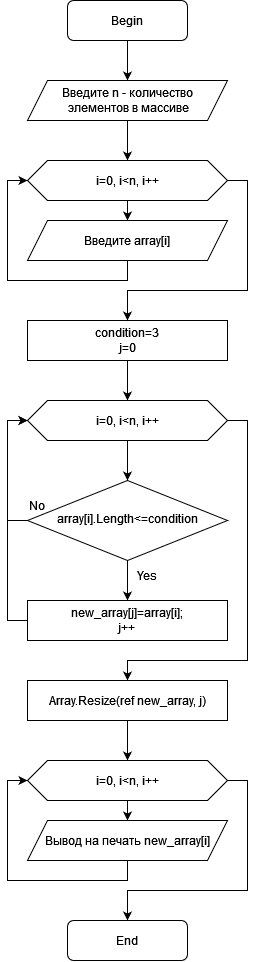
Above: Scheme.png in kizarbokid/C-shrp_Checkwork (draw.io), before the change. Source tidied: cells renumbered, new cells last; positions are measured from the earlier drawing's top-left corner, leaving out a move shared by most shapes. Source of this version:
```xml
<mxGraphModel>
  <root>
    <mxCell id="0" />
    <mxCell id="1" parent="0" />
    <mxCell id="2" style="edgeStyle=orthogonalEdgeStyle;rounded=0;jettySize=auto;html=1;exitX=0.5;exitY=1;exitDx=0;exitDy=0;entryX=0.5;entryY=0;entryDx=0;entryDy=0;" parent="1" edge="1" source="3" target="11">
      <mxGeometry relative="1" as="geometry" />
    </mxCell>
    <mxCell id="3" value="Begin" style="rounded=1;whiteSpace=wrap;html=1;fontSize=12;glass=0;strokeWidth=1;shadow=0;" parent="1" vertex="1">
      <mxGeometry x="60" width="120" height="40" as="geometry" />
    </mxCell>
    <mxCell id="4" style="edgeStyle=orthogonalEdgeStyle;rounded=0;jettySize=auto;html=1;entryX=0;entryY=0.5;entryDx=0;entryDy=0;" parent="1" edge="1" source="6" target="19">
      <mxGeometry relative="1" as="geometry">
        <Array as="points">
          <mxPoint y="520" />
          <mxPoint y="420" />
        </Array>
      </mxGeometry>
    </mxCell>
    <mxCell id="5" style="edgeStyle=orthogonalEdgeStyle;rounded=0;jettySize=auto;html=1;entryX=0.5;entryY=0;entryDx=0;entryDy=0;" parent="1" edge="1" source="6" target="22">
      <mxGeometry relative="1" as="geometry" />
    </mxCell>
    <mxCell id="6" value="array[i].Length&amp;lt;=condition" style="rhombus;whiteSpace=wrap;html=1;shadow=0;fontFamily=Helvetica;fontSize=12;align=center;strokeWidth=1;spacing=6;spacingTop=-4;" parent="1" vertex="1">
      <mxGeometry x="20" y="480" width="200" height="80" as="geometry" />
    </mxCell>
    <mxCell id="7" value="End" style="rounded=1;whiteSpace=wrap;html=1;fontSize=12;glass=0;strokeWidth=1;shadow=0;" parent="1" vertex="1">
      <mxGeometry x="60" y="920" width="120" height="40" as="geometry" />
    </mxCell>
    <mxCell id="8" style="edgeStyle=orthogonalEdgeStyle;rounded=0;jettySize=auto;html=1;entryX=0.5;entryY=0;entryDx=0;entryDy=0;" parent="1" edge="1" source="9" target="19">
      <mxGeometry relative="1" as="geometry" />
    </mxCell>
    <mxCell id="9" value="&lt;div&gt;condition=3&lt;/div&gt;&lt;div&gt;j=0&lt;/div&gt;" style="rounded=0;whiteSpace=wrap;html=1;" parent="1" vertex="1">
      <mxGeometry x="20" y="320" width="200" height="40" as="geometry" />
    </mxCell>
    <mxCell id="10" style="edgeStyle=orthogonalEdgeStyle;rounded=0;jettySize=auto;html=1;exitX=0.5;exitY=1;exitDx=0;exitDy=0;entryX=0.5;entryY=0;entryDx=0;entryDy=0;" parent="1" edge="1" source="11" target="14">
      <mxGeometry relative="1" as="geometry" />
    </mxCell>
    <mxCell id="11" value="&lt;div&gt;Введите n - количество&lt;/div&gt;&lt;div&gt;&amp;nbsp;элементов в массиве&lt;/div&gt;" style="shape=parallelogram;perimeter=parallelogramPerimeter;whiteSpace=wrap;html=1;fixedSize=1;" parent="1" vertex="1">
      <mxGeometry x="20" y="80" width="200" height="40" as="geometry" />
    </mxCell>
    <mxCell id="12" style="edgeStyle=orthogonalEdgeStyle;rounded=0;jettySize=auto;html=1;exitX=0.5;exitY=1;exitDx=0;exitDy=0;entryX=0.5;entryY=0;entryDx=0;entryDy=0;" parent="1" edge="1" source="14" target="16">
      <mxGeometry relative="1" as="geometry" />
    </mxCell>
    <mxCell id="13" style="edgeStyle=orthogonalEdgeStyle;rounded=0;jettySize=auto;html=1;exitX=1;exitY=0.5;exitDx=0;exitDy=0;" parent="1" edge="1" source="14">
      <mxGeometry relative="1" as="geometry">
        <mxPoint x="120" y="320" as="targetPoint" />
        <Array as="points">
          <mxPoint x="240" y="180" />
          <mxPoint x="240" y="290" />
          <mxPoint x="120" y="290" />
        </Array>
      </mxGeometry>
    </mxCell>
    <mxCell id="14" value="i=0, i&amp;lt;n, i++" style="shape=hexagon;perimeter=hexagonPerimeter2;whiteSpace=wrap;html=1;fixedSize=1;" parent="1" vertex="1">
      <mxGeometry x="20" y="160" width="200" height="40" as="geometry" />
    </mxCell>
    <mxCell id="15" style="edgeStyle=orthogonalEdgeStyle;rounded=0;jettySize=auto;html=1;exitX=0.5;exitY=1;exitDx=0;exitDy=0;entryX=0;entryY=0.5;entryDx=0;entryDy=0;" parent="1" edge="1" source="16" target="14">
      <mxGeometry relative="1" as="geometry">
        <Array as="points">
          <mxPoint x="120" y="280" />
          <mxPoint y="280" />
          <mxPoint y="180" />
        </Array>
      </mxGeometry>
    </mxCell>
    <mxCell id="16" value="Введите array[i]" style="shape=parallelogram;perimeter=parallelogramPerimeter;whiteSpace=wrap;html=1;fixedSize=1;" parent="1" vertex="1">
      <mxGeometry x="20" y="220" width="200" height="40" as="geometry" />
    </mxCell>
    <mxCell id="17" style="edgeStyle=orthogonalEdgeStyle;rounded=0;jettySize=auto;html=1;entryX=0.5;entryY=0;entryDx=0;entryDy=0;" parent="1" edge="1" source="19" target="6">
      <mxGeometry relative="1" as="geometry" />
    </mxCell>
    <mxCell id="18" style="edgeStyle=orthogonalEdgeStyle;rounded=0;jettySize=auto;html=1;entryX=0.5;entryY=0;entryDx=0;entryDy=0;" parent="1" edge="1" source="19" target="25">
      <mxGeometry relative="1" as="geometry">
        <Array as="points">
          <mxPoint x="240" y="420" />
          <mxPoint x="240" y="660" />
          <mxPoint x="120" y="660" />
        </Array>
      </mxGeometry>
    </mxCell>
    <mxCell id="19" value="i=0, i&amp;lt;n, i++" style="shape=hexagon;perimeter=hexagonPerimeter2;whiteSpace=wrap;html=1;fixedSize=1;" parent="1" vertex="1">
      <mxGeometry x="20" y="400" width="200" height="40" as="geometry" />
    </mxCell>
    <mxCell id="20" value="No" style="text;html=1;strokeColor=none;fillColor=none;align=center;verticalAlign=middle;whiteSpace=wrap;rounded=0;" parent="1" vertex="1">
      <mxGeometry y="490" width="60" height="30" as="geometry" />
    </mxCell>
    <mxCell id="21" style="edgeStyle=orthogonalEdgeStyle;rounded=0;jettySize=auto;html=1;entryX=0;entryY=0.5;entryDx=0;entryDy=0;" parent="1" edge="1" source="22" target="19">
      <mxGeometry relative="1" as="geometry">
        <Array as="points">
          <mxPoint y="620" />
          <mxPoint y="420" />
        </Array>
      </mxGeometry>
    </mxCell>
    <mxCell id="22" value="&lt;div&gt;new_array[j]=array[i];&lt;/div&gt;&lt;div&gt;j++&lt;br&gt;&lt;/div&gt;" style="rounded=0;whiteSpace=wrap;html=1;" parent="1" vertex="1">
      <mxGeometry x="20" y="600" width="200" height="40" as="geometry" />
    </mxCell>
    <mxCell id="23" value="Yes" style="text;html=1;strokeColor=none;fillColor=none;align=center;verticalAlign=middle;whiteSpace=wrap;rounded=0;" parent="1" vertex="1">
      <mxGeometry x="110" y="560" width="60" height="30" as="geometry" />
    </mxCell>
    <mxCell id="24" style="edgeStyle=orthogonalEdgeStyle;rounded=0;jettySize=auto;html=1;entryX=0.5;entryY=0;entryDx=0;entryDy=0;" parent="1" edge="1" source="25" target="28">
      <mxGeometry relative="1" as="geometry" />
    </mxCell>
    <mxCell id="25" value="Array.Resize(ref new_array, j)" style="rounded=0;whiteSpace=wrap;html=1;" parent="1" vertex="1">
      <mxGeometry x="20" y="680" width="200" height="40" as="geometry" />
    </mxCell>
    <mxCell id="26" style="edgeStyle=orthogonalEdgeStyle;rounded=0;jettySize=auto;html=1;exitX=0.5;exitY=1;exitDx=0;exitDy=0;entryX=0.5;entryY=0;entryDx=0;entryDy=0;" parent="1" edge="1" source="28" target="30">
      <mxGeometry relative="1" as="geometry" />
    </mxCell>
    <mxCell id="27" style="edgeStyle=orthogonalEdgeStyle;rounded=0;jettySize=auto;html=1;exitX=1;exitY=0.5;exitDx=0;exitDy=0;" parent="1" edge="1" source="28">
      <mxGeometry relative="1" as="geometry">
        <mxPoint x="120" y="920" as="targetPoint" />
        <Array as="points">
          <mxPoint x="240" y="780" />
          <mxPoint x="240" y="890" />
          <mxPoint x="120" y="890" />
        </Array>
      </mxGeometry>
    </mxCell>
    <mxCell id="28" value="i=0, i&amp;lt;n, i++" style="shape=hexagon;perimeter=hexagonPerimeter2;whiteSpace=wrap;html=1;fixedSize=1;" parent="1" vertex="1">
      <mxGeometry x="20" y="760" width="200" height="40" as="geometry" />
    </mxCell>
    <mxCell id="29" style="edgeStyle=orthogonalEdgeStyle;rounded=0;jettySize=auto;html=1;exitX=0.5;exitY=1;exitDx=0;exitDy=0;entryX=0;entryY=0.5;entryDx=0;entryDy=0;" parent="1" edge="1" source="30" target="28">
      <mxGeometry relative="1" as="geometry">
        <Array as="points">
          <mxPoint x="120" y="880" />
          <mxPoint y="880" />
          <mxPoint y="780" />
        </Array>
      </mxGeometry>
    </mxCell>
    <mxCell id="30" value="Вывод на печать new_array[i]" style="shape=parallelogram;perimeter=parallelogramPerimeter;whiteSpace=wrap;html=1;fixedSize=1;" parent="1" vertex="1">
      <mxGeometry x="20" y="820" width="200" height="40" as="geometry" />
    </mxCell>
  </root>
</mxGraphModel>
```
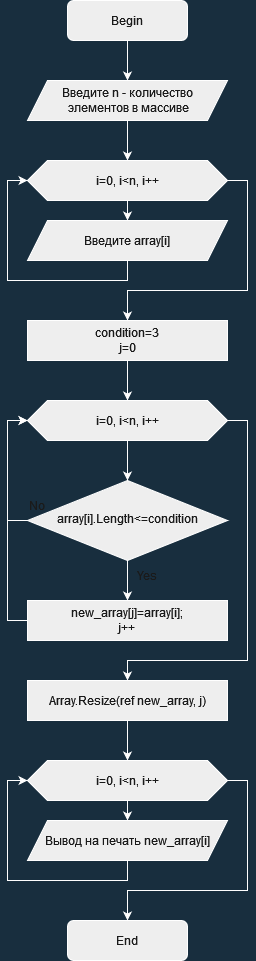
The same file after the commit.

Change to the diagram source:
```diff
@@ -1,14 +1,14 @@
-<mxGraphModel>
+<mxGraphModel background="#182E3E">
   <root>
     <mxCell id="0" />
     <mxCell id="1" parent="0" />
-    <mxCell id="2" style="edgeStyle=orthogonalEdgeStyle;rounded=0;jettySize=auto;html=1;exitX=0.5;exitY=1;exitDx=0;exitDy=0;entryX=0.5;entryY=0;entryDx=0;entryDy=0;" parent="1" edge="1" source="3" target="11">
+    <mxCell id="2" style="edgeStyle=orthogonalEdgeStyle;rounded=0;jettySize=auto;html=1;exitX=0.5;exitY=1;exitDx=0;exitDy=0;entryX=0.5;entryY=0;entryDx=0;entryDy=0;labelBackgroundColor=#182E3E;strokeColor=#FFFFFF;fontColor=#FFFFFF;" parent="1" edge="1" source="3" target="11">
       <mxGeometry relative="1" as="geometry" />
     </mxCell>
-    <mxCell id="3" value="Begin" style="rounded=1;whiteSpace=wrap;html=1;fontSize=12;glass=0;strokeWidth=1;shadow=0;" parent="1" vertex="1">
+    <mxCell id="3" value="Begin" style="rounded=1;whiteSpace=wrap;html=1;fontSize=12;glass=0;strokeWidth=1;shadow=0;fillColor=#EEEEEE;strokeColor=#FFFFFF;fontColor=#1A1A1A;" parent="1" vertex="1">
       <mxGeometry x="60" width="120" height="40" as="geometry" />
     </mxCell>
-    <mxCell id="4" style="edgeStyle=orthogonalEdgeStyle;rounded=0;jettySize=auto;html=1;entryX=0;entryY=0.5;entryDx=0;entryDy=0;" parent="1" edge="1" source="6" target="19">
+    <mxCell id="4" style="edgeStyle=orthogonalEdgeStyle;rounded=0;jettySize=auto;html=1;entryX=0;entryY=0.5;entryDx=0;entryDy=0;labelBackgroundColor=#182E3E;strokeColor=#FFFFFF;fontColor=#FFFFFF;" parent="1" edge="1" source="6" target="19">
       <mxGeometry relative="1" as="geometry">
         <Array as="points">
           <mxPoint y="520" />
@@ -16,31 +16,31 @@
         </Array>
       </mxGeometry>
     </mxCell>
-    <mxCell id="5" style="edgeStyle=orthogonalEdgeStyle;rounded=0;jettySize=auto;html=1;entryX=0.5;entryY=0;entryDx=0;entryDy=0;" parent="1" edge="1" source="6" target="22">
+    <mxCell id="5" style="edgeStyle=orthogonalEdgeStyle;rounded=0;jettySize=auto;html=1;entryX=0.5;entryY=0;entryDx=0;entryDy=0;labelBackgroundColor=#182E3E;strokeColor=#FFFFFF;fontColor=#FFFFFF;" parent="1" edge="1" source="6" target="22">
       <mxGeometry relative="1" as="geometry" />
     </mxCell>
-    <mxCell id="6" value="array[i].Length&amp;lt;=condition" style="rhombus;whiteSpace=wrap;html=1;shadow=0;fontFamily=Helvetica;fontSize=12;align=center;strokeWidth=1;spacing=6;spacingTop=-4;" parent="1" vertex="1">
+    <mxCell id="6" value="array[i].Length&amp;lt;=condition" style="rhombus;whiteSpace=wrap;html=1;shadow=0;fontFamily=Helvetica;fontSize=12;align=center;strokeWidth=1;spacing=6;spacingTop=-4;fillColor=#EEEEEE;strokeColor=#FFFFFF;fontColor=#1A1A1A;" parent="1" vertex="1">
       <mxGeometry x="20" y="480" width="200" height="80" as="geometry" />
     </mxCell>
-    <mxCell id="7" value="End" style="rounded=1;whiteSpace=wrap;html=1;fontSize=12;glass=0;strokeWidth=1;shadow=0;" parent="1" vertex="1">
+    <mxCell id="7" value="End" style="rounded=1;whiteSpace=wrap;html=1;fontSize=12;glass=0;strokeWidth=1;shadow=0;fillColor=#EEEEEE;strokeColor=#FFFFFF;fontColor=#1A1A1A;" parent="1" vertex="1">
       <mxGeometry x="60" y="920" width="120" height="40" as="geometry" />
     </mxCell>
-    <mxCell id="8" style="edgeStyle=orthogonalEdgeStyle;rounded=0;jettySize=auto;html=1;entryX=0.5;entryY=0;entryDx=0;entryDy=0;" parent="1" edge="1" source="9" target="19">
+    <mxCell id="8" style="edgeStyle=orthogonalEdgeStyle;rounded=0;jettySize=auto;html=1;entryX=0.5;entryY=0;entryDx=0;entryDy=0;labelBackgroundColor=#182E3E;strokeColor=#FFFFFF;fontColor=#FFFFFF;" parent="1" edge="1" source="9" target="19">
       <mxGeometry relative="1" as="geometry" />
     </mxCell>
-    <mxCell id="9" value="&lt;div&gt;condition=3&lt;/div&gt;&lt;div&gt;j=0&lt;/div&gt;" style="rounded=0;whiteSpace=wrap;html=1;" parent="1" vertex="1">
+    <mxCell id="9" value="&lt;div&gt;condition=3&lt;/div&gt;&lt;div&gt;j=0&lt;/div&gt;" style="rounded=0;whiteSpace=wrap;html=1;fillColor=#EEEEEE;strokeColor=#FFFFFF;fontColor=#1A1A1A;" parent="1" vertex="1">
       <mxGeometry x="20" y="320" width="200" height="40" as="geometry" />
     </mxCell>
-    <mxCell id="10" style="edgeStyle=orthogonalEdgeStyle;rounded=0;jettySize=auto;html=1;exitX=0.5;exitY=1;exitDx=0;exitDy=0;entryX=0.5;entryY=0;entryDx=0;entryDy=0;" parent="1" edge="1" source="11" target="14">
+    <mxCell id="10" style="edgeStyle=orthogonalEdgeStyle;rounded=0;jettySize=auto;html=1;exitX=0.5;exitY=1;exitDx=0;exitDy=0;entryX=0.5;entryY=0;entryDx=0;entryDy=0;labelBackgroundColor=#182E3E;strokeColor=#FFFFFF;fontColor=#FFFFFF;" parent="1" edge="1" source="11" target="14">
       <mxGeometry relative="1" as="geometry" />
     </mxCell>
-    <mxCell id="11" value="&lt;div&gt;Введите n - количество&lt;/div&gt;&lt;div&gt;&amp;nbsp;элементов в массиве&lt;/div&gt;" style="shape=parallelogram;perimeter=parallelogramPerimeter;whiteSpace=wrap;html=1;fixedSize=1;" parent="1" vertex="1">
+    <mxCell id="11" value="&lt;div&gt;Введите n - количество&lt;/div&gt;&lt;div&gt;&amp;nbsp;элементов в массиве&lt;/div&gt;" style="shape=parallelogram;perimeter=parallelogramPerimeter;whiteSpace=wrap;html=1;fixedSize=1;fillColor=#EEEEEE;strokeColor=#FFFFFF;fontColor=#1A1A1A;" parent="1" vertex="1">
       <mxGeometry x="20" y="80" width="200" height="40" as="geometry" />
     </mxCell>
-    <mxCell id="12" style="edgeStyle=orthogonalEdgeStyle;rounded=0;jettySize=auto;html=1;exitX=0.5;exitY=1;exitDx=0;exitDy=0;entryX=0.5;entryY=0;entryDx=0;entryDy=0;" parent="1" edge="1" source="14" target="16">
+    <mxCell id="12" style="edgeStyle=orthogonalEdgeStyle;rounded=0;jettySize=auto;html=1;exitX=0.5;exitY=1;exitDx=0;exitDy=0;entryX=0.5;entryY=0;entryDx=0;entryDy=0;labelBackgroundColor=#182E3E;strokeColor=#FFFFFF;fontColor=#FFFFFF;" parent="1" edge="1" source="14" target="16">
       <mxGeometry relative="1" as="geometry" />
     </mxCell>
-    <mxCell id="13" style="edgeStyle=orthogonalEdgeStyle;rounded=0;jettySize=auto;html=1;exitX=1;exitY=0.5;exitDx=0;exitDy=0;" parent="1" edge="1" source="14">
+    <mxCell id="13" style="edgeStyle=orthogonalEdgeStyle;rounded=0;jettySize=auto;html=1;exitX=1;exitY=0.5;exitDx=0;exitDy=0;labelBackgroundColor=#182E3E;strokeColor=#FFFFFF;fontColor=#FFFFFF;" parent="1" edge="1" source="14">
       <mxGeometry relative="1" as="geometry">
         <mxPoint x="120" y="320" as="targetPoint" />
         <Array as="points">
@@ -50,10 +50,10 @@
         </Array>
       </mxGeometry>
     </mxCell>
-    <mxCell id="14" value="i=0, i&amp;lt;n, i++" style="shape=hexagon;perimeter=hexagonPerimeter2;whiteSpace=wrap;html=1;fixedSize=1;" parent="1" vertex="1">
+    <mxCell id="14" value="i=0, i&amp;lt;n, i++" style="shape=hexagon;perimeter=hexagonPerimeter2;whiteSpace=wrap;html=1;fixedSize=1;fillColor=#EEEEEE;strokeColor=#FFFFFF;fontColor=#1A1A1A;" parent="1" vertex="1">
       <mxGeometry x="20" y="160" width="200" height="40" as="geometry" />
     </mxCell>
-    <mxCell id="15" style="edgeStyle=orthogonalEdgeStyle;rounded=0;jettySize=auto;html=1;exitX=0.5;exitY=1;exitDx=0;exitDy=0;entryX=0;entryY=0.5;entryDx=0;entryDy=0;" parent="1" edge="1" source="16" target="14">
+    <mxCell id="15" style="edgeStyle=orthogonalEdgeStyle;rounded=0;jettySize=auto;html=1;exitX=0.5;exitY=1;exitDx=0;exitDy=0;entryX=0;entryY=0.5;entryDx=0;entryDy=0;labelBackgroundColor=#182E3E;strokeColor=#FFFFFF;fontColor=#FFFFFF;" parent="1" edge="1" source="16" target="14">
       <mxGeometry relative="1" as="geometry">
         <Array as="points">
           <mxPoint x="120" y="280" />
@@ -62,13 +62,13 @@
         </Array>
       </mxGeometry>
     </mxCell>
-    <mxCell id="16" value="Введите array[i]" style="shape=parallelogram;perimeter=parallelogramPerimeter;whiteSpace=wrap;html=1;fixedSize=1;" parent="1" vertex="1">
+    <mxCell id="16" value="Введите array[i]" style="shape=parallelogram;perimeter=parallelogramPerimeter;whiteSpace=wrap;html=1;fixedSize=1;fillColor=#EEEEEE;strokeColor=#FFFFFF;fontColor=#1A1A1A;" parent="1" vertex="1">
       <mxGeometry x="20" y="220" width="200" height="40" as="geometry" />
     </mxCell>
-    <mxCell id="17" style="edgeStyle=orthogonalEdgeStyle;rounded=0;jettySize=auto;html=1;entryX=0.5;entryY=0;entryDx=0;entryDy=0;" parent="1" edge="1" source="19" target="6">
+    <mxCell id="17" style="edgeStyle=orthogonalEdgeStyle;rounded=0;jettySize=auto;html=1;entryX=0.5;entryY=0;entryDx=0;entryDy=0;labelBackgroundColor=#182E3E;strokeColor=#FFFFFF;fontColor=#FFFFFF;" parent="1" edge="1" source="19" target="6">
       <mxGeometry relative="1" as="geometry" />
     </mxCell>
-    <mxCell id="18" style="edgeStyle=orthogonalEdgeStyle;rounded=0;jettySize=auto;html=1;entryX=0.5;entryY=0;entryDx=0;entryDy=0;" parent="1" edge="1" source="19" target="25">
+    <mxCell id="18" style="edgeStyle=orthogonalEdgeStyle;rounded=0;jettySize=auto;html=1;entryX=0.5;entryY=0;entryDx=0;entryDy=0;labelBackgroundColor=#182E3E;strokeColor=#FFFFFF;fontColor=#FFFFFF;" parent="1" edge="1" source="19" target="25">
       <mxGeometry relative="1" as="geometry">
         <Array as="points">
           <mxPoint x="240" y="420" />
@@ -77,13 +77,13 @@
         </Array>
       </mxGeometry>
     </mxCell>
-    <mxCell id="19" value="i=0, i&amp;lt;n, i++" style="shape=hexagon;perimeter=hexagonPerimeter2;whiteSpace=wrap;html=1;fixedSize=1;" parent="1" vertex="1">
+    <mxCell id="19" value="i=0, i&amp;lt;n, i++" style="shape=hexagon;perimeter=hexagonPerimeter2;whiteSpace=wrap;html=1;fixedSize=1;fillColor=#EEEEEE;strokeColor=#FFFFFF;fontColor=#1A1A1A;" parent="1" vertex="1">
       <mxGeometry x="20" y="400" width="200" height="40" as="geometry" />
     </mxCell>
-    <mxCell id="20" value="No" style="text;html=1;strokeColor=none;fillColor=none;align=center;verticalAlign=middle;whiteSpace=wrap;rounded=0;" parent="1" vertex="1">
+    <mxCell id="20" value="No" style="text;html=1;strokeColor=none;fillColor=none;align=center;verticalAlign=middle;whiteSpace=wrap;rounded=0;fontColor=#1A1A1A;" parent="1" vertex="1">
       <mxGeometry y="490" width="60" height="30" as="geometry" />
     </mxCell>
-    <mxCell id="21" style="edgeStyle=orthogonalEdgeStyle;rounded=0;jettySize=auto;html=1;entryX=0;entryY=0.5;entryDx=0;entryDy=0;" parent="1" edge="1" source="22" target="19">
+    <mxCell id="21" style="edgeStyle=orthogonalEdgeStyle;rounded=0;jettySize=auto;html=1;entryX=0;entryY=0.5;entryDx=0;entryDy=0;labelBackgroundColor=#182E3E;strokeColor=#FFFFFF;fontColor=#FFFFFF;" parent="1" edge="1" source="22" target="19">
       <mxGeometry relative="1" as="geometry">
         <Array as="points">
           <mxPoint y="620" />
@@ -91,22 +91,22 @@
         </Array>
       </mxGeometry>
     </mxCell>
-    <mxCell id="22" value="&lt;div&gt;new_array[j]=array[i];&lt;/div&gt;&lt;div&gt;j++&lt;br&gt;&lt;/div&gt;" style="rounded=0;whiteSpace=wrap;html=1;" parent="1" vertex="1">
+    <mxCell id="22" value="&lt;div&gt;new_array[j]=array[i];&lt;/div&gt;&lt;div&gt;j++&lt;br&gt;&lt;/div&gt;" style="rounded=0;whiteSpace=wrap;html=1;fillColor=#EEEEEE;strokeColor=#FFFFFF;fontColor=#1A1A1A;" parent="1" vertex="1">
       <mxGeometry x="20" y="600" width="200" height="40" as="geometry" />
     </mxCell>
-    <mxCell id="23" value="Yes" style="text;html=1;strokeColor=none;fillColor=none;align=center;verticalAlign=middle;whiteSpace=wrap;rounded=0;" parent="1" vertex="1">
+    <mxCell id="23" value="Yes" style="text;html=1;strokeColor=none;fillColor=none;align=center;verticalAlign=middle;whiteSpace=wrap;rounded=0;fontColor=#1A1A1A;" parent="1" vertex="1">
       <mxGeometry x="110" y="560" width="60" height="30" as="geometry" />
     </mxCell>
-    <mxCell id="24" style="edgeStyle=orthogonalEdgeStyle;rounded=0;jettySize=auto;html=1;entryX=0.5;entryY=0;entryDx=0;entryDy=0;" parent="1" edge="1" source="25" target="28">
+    <mxCell id="24" style="edgeStyle=orthogonalEdgeStyle;rounded=0;jettySize=auto;html=1;entryX=0.5;entryY=0;entryDx=0;entryDy=0;labelBackgroundColor=#182E3E;strokeColor=#FFFFFF;fontColor=#FFFFFF;" parent="1" edge="1" source="25" target="28">
       <mxGeometry relative="1" as="geometry" />
     </mxCell>
-    <mxCell id="25" value="Array.Resize(ref new_array, j)" style="rounded=0;whiteSpace=wrap;html=1;" parent="1" vertex="1">
+    <mxCell id="25" value="Array.Resize(ref new_array, j)" style="rounded=0;whiteSpace=wrap;html=1;fillColor=#EEEEEE;strokeColor=#FFFFFF;fontColor=#1A1A1A;" parent="1" vertex="1">
       <mxGeometry x="20" y="680" width="200" height="40" as="geometry" />
     </mxCell>
-    <mxCell id="26" style="edgeStyle=orthogonalEdgeStyle;rounded=0;jettySize=auto;html=1;exitX=0.5;exitY=1;exitDx=0;exitDy=0;entryX=0.5;entryY=0;entryDx=0;entryDy=0;" parent="1" edge="1" source="28" target="30">
+    <mxCell id="26" style="edgeStyle=orthogonalEdgeStyle;rounded=0;jettySize=auto;html=1;exitX=0.5;exitY=1;exitDx=0;exitDy=0;entryX=0.5;entryY=0;entryDx=0;entryDy=0;labelBackgroundColor=#182E3E;strokeColor=#FFFFFF;fontColor=#FFFFFF;" parent="1" edge="1" source="28" target="30">
       <mxGeometry relative="1" as="geometry" />
     </mxCell>
-    <mxCell id="27" style="edgeStyle=orthogonalEdgeStyle;rounded=0;jettySize=auto;html=1;exitX=1;exitY=0.5;exitDx=0;exitDy=0;" parent="1" edge="1" source="28">
+    <mxCell id="27" style="edgeStyle=orthogonalEdgeStyle;rounded=0;jettySize=auto;html=1;exitX=1;exitY=0.5;exitDx=0;exitDy=0;labelBackgroundColor=#182E3E;strokeColor=#FFFFFF;fontColor=#FFFFFF;" parent="1" edge="1" source="28">
       <mxGeometry relative="1" as="geometry">
         <mxPoint x="120" y="920" as="targetPoint" />
         <Array as="points">
@@ -116,10 +116,10 @@
         </Array>
       </mxGeometry>
     </mxCell>
-    <mxCell id="28" value="i=0, i&amp;lt;n, i++" style="shape=hexagon;perimeter=hexagonPerimeter2;whiteSpace=wrap;html=1;fixedSize=1;" parent="1" vertex="1">
+    <mxCell id="28" value="i=0, i&amp;lt;n, i++" style="shape=hexagon;perimeter=hexagonPerimeter2;whiteSpace=wrap;html=1;fixedSize=1;fillColor=#EEEEEE;strokeColor=#FFFFFF;fontColor=#1A1A1A;" parent="1" vertex="1">
       <mxGeometry x="20" y="760" width="200" height="40" as="geometry" />
     </mxCell>
-    <mxCell id="29" style="edgeStyle=orthogonalEdgeStyle;rounded=0;jettySize=auto;html=1;exitX=0.5;exitY=1;exitDx=0;exitDy=0;entryX=0;entryY=0.5;entryDx=0;entryDy=0;" parent="1" edge="1" source="30" target="28">
+    <mxCell id="29" style="edgeStyle=orthogonalEdgeStyle;rounded=0;jettySize=auto;html=1;exitX=0.5;exitY=1;exitDx=0;exitDy=0;entryX=0;entryY=0.5;entryDx=0;entryDy=0;labelBackgroundColor=#182E3E;strokeColor=#FFFFFF;fontColor=#FFFFFF;" parent="1" edge="1" source="30" target="28">
       <mxGeometry relative="1" as="geometry">
         <Array as="points">
           <mxPoint x="120" y="880" />
@@ -128,7 +128,7 @@
         </Array>
       </mxGeometry>
     </mxCell>
-    <mxCell id="30" value="Вывод на печать new_array[i]" style="shape=parallelogram;perimeter=parallelogramPerimeter;whiteSpace=wrap;html=1;fixedSize=1;" parent="1" vertex="1">
+    <mxCell id="30" value="Вывод на печать new_array[i]" style="shape=parallelogram;perimeter=parallelogramPerimeter;whiteSpace=wrap;html=1;fixedSize=1;fillColor=#EEEEEE;strokeColor=#FFFFFF;fontColor=#1A1A1A;" parent="1" vertex="1">
       <mxGeometry x="20" y="820" width="200" height="40" as="geometry" />
     </mxCell>
   </root>
```
